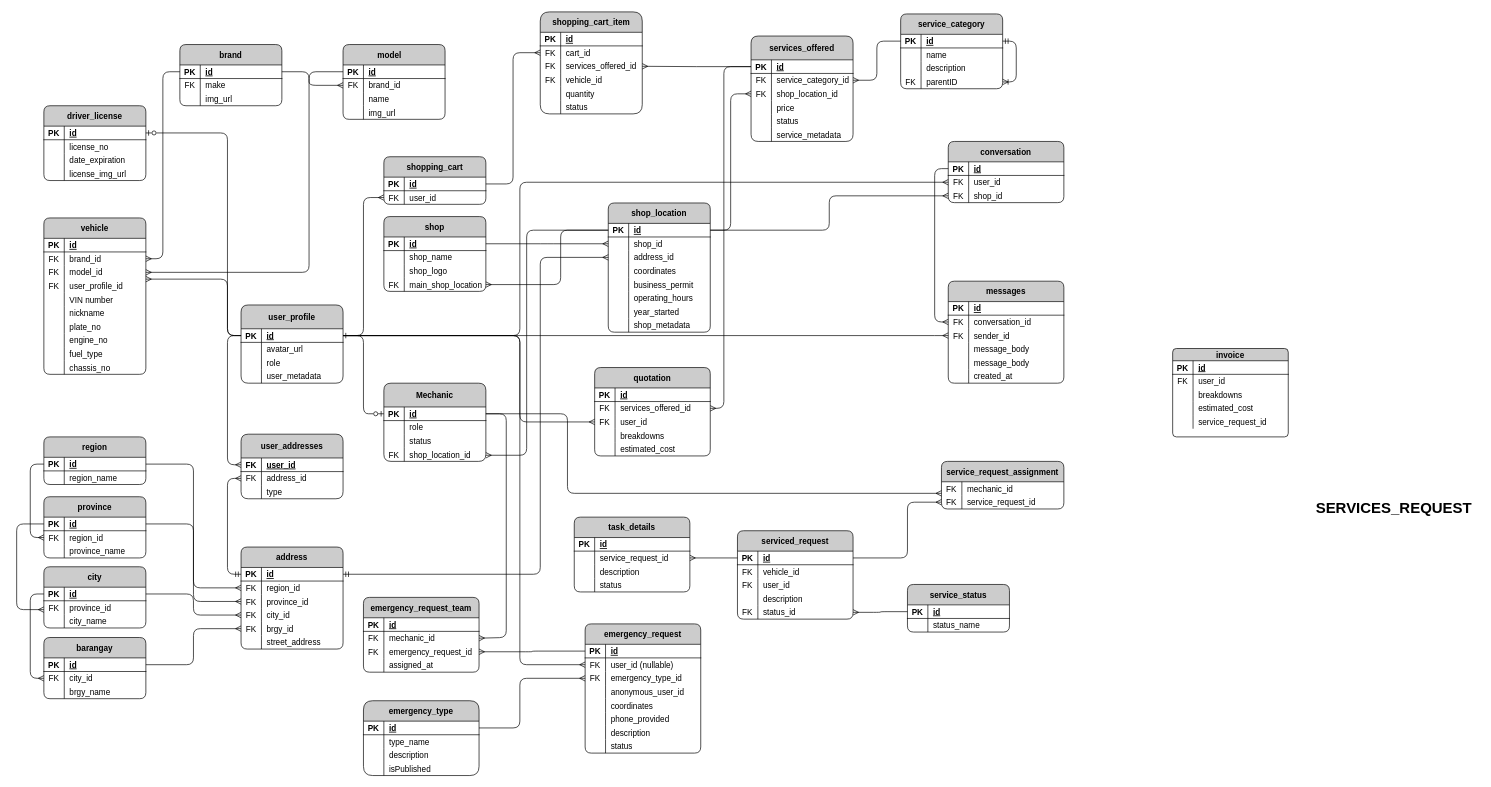
PitZza04/drawIO keeps this draw.io diagram as Automate ERD.drawio. Above is the earlier version. Source tidied: cells renumbered, new cells numbered last; positions are measured from the earlier drawing's top-left corner, leaving out a move shared by most shapes. Both pictures are drawn from the tidied source at 68%, with x=0, y=0 at pixel (16, 12).
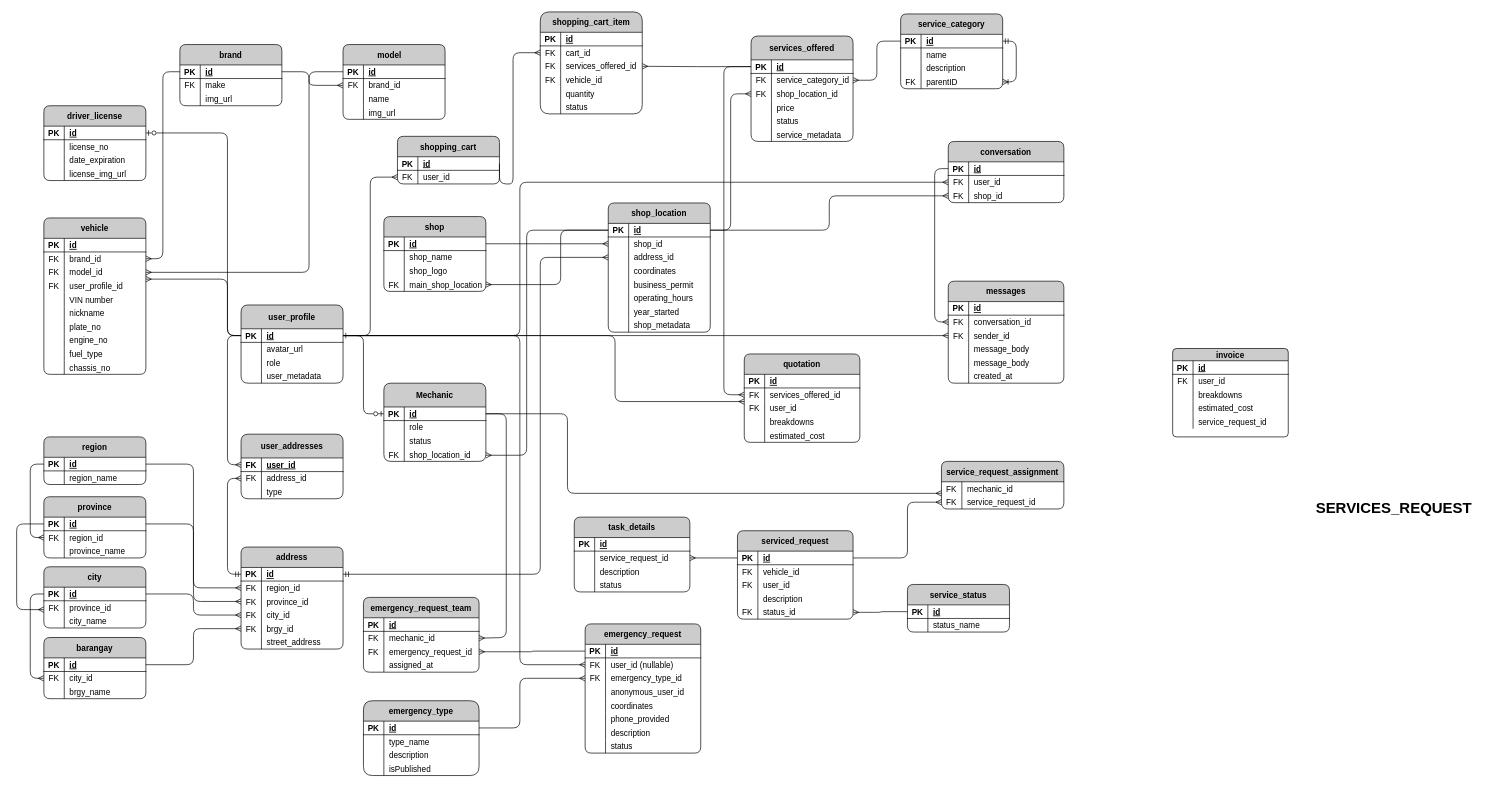
After the change.

Unchanged cells that the change refers to:
```xml
<mxCell id="17" style="shape=partialRectangle;fillColor=none;top=0;left=0;bottom=1;right=0;points=[[0,0.5],[1,0.5]];portConstraint=eastwest;shadow=0;" parent="16" vertex="1">
  <mxGeometry y="35" width="150" height="20" as="geometry" />
</mxCell>
<mxCell id="133" style="shape=partialRectangle;fillColor=none;top=0;left=0;bottom=1;right=0;points=[[0,0.5],[1,0.5]];portConstraint=eastwest;shadow=0;" parent="132" vertex="1">
  <mxGeometry y="35" width="150" height="20" as="geometry" />
</mxCell>
<mxCell id="353" style="shape=partialRectangle;fillColor=none;top=0;left=0;bottom=0;right=0;points=[[0,0.5],[1,0.5]];portConstraint=eastwest;shadow=0;" parent="349" vertex="1">
  <mxGeometry y="50" width="170" height="20" as="geometry" />
</mxCell>
<mxCell id="356" style="shape=partialRectangle;fillColor=none;top=0;left=0;bottom=0;right=0;points=[[0,0.5],[1,0.5]];portConstraint=eastwest;shadow=0;" parent="349" vertex="1">
  <mxGeometry y="70" width="170" height="20" as="geometry" />
</mxCell>
```

Diff of the diagram source:
```diff
@@
     <mxCell id="190" value="shopping_cart" style="shape=table;startSize=30;childLayout=tableLayout;rowLines=0;fontStyle=1;align=center;fillColor=#CCCCCC;strokeColor=#000000;rounded=1;perimeterSpacing=0;strokeWidth=1;arcSize=10;shadow=0;" parent="1" vertex="1">
-      <mxGeometry x="540" y="213" width="150" height="70" as="geometry" />
+      <mxGeometry x="560" y="183" width="150" height="70" as="geometry" />
     </mxCell>
@@
     <mxCell id="349" value="quotation" style="shape=table;startSize=30;childLayout=tableLayout;rowLines=0;fontStyle=1;align=center;fillColor=#CCCCCC;strokeColor=#000000;rounded=1;arcSize=10;shadow=0;" parent="1" vertex="1">
-      <mxGeometry x="850" y="523" width="170" height="130" as="geometry" />
+      <mxGeometry x="1070" y="503" width="170" height="130" as="geometry" />
     </mxCell>
@@
-    <mxCell id="411" style="edgeStyle=orthogonalEdgeStyle;rounded=1;jettySize=auto;html=1;exitX=0;exitY=0.5;exitDx=0;exitDy=0;entryX=1;entryY=0.5;entryDx=0;entryDy=0;endArrow=ERmany;endFill=0;" parent="1" edge="1" source="133" target="353">
+    <mxCell id="411" style="edgeStyle=orthogonalEdgeStyle;rounded=1;jettySize=auto;html=1;exitX=0;exitY=0.5;exitDx=0;exitDy=0;endArrow=ERmany;endFill=0;entryX=0;entryY=0.5;entryDx=0;entryDy=0;" parent="1" edge="1" source="133" target="353">
       <mxGeometry relative="1" as="geometry">
         <Array as="points">
           <mxPoint x="1040" y="81" />
-          <mxPoint x="1040" y="583" />
+          <mxPoint x="1040" y="563" />
         </Array>
       </mxGeometry>
     </mxCell>
-    <mxCell id="412" style="edgeStyle=orthogonalEdgeStyle;rounded=1;orthogonalLoop=1;jettySize=auto;html=1;exitX=1;exitY=0.5;exitDx=0;exitDy=0;endArrow=ERmany;endFill=0;" parent="1" edge="1">
-      <mxGeometry relative="1" as="geometry">
-        <mxPoint x="480" y="476" as="sourcePoint" />
-        <mxPoint x="850" y="603" as="targetPoint" />
-        <Array as="points">
-          <mxPoint x="740" y="476" />
-          <mxPoint x="740" y="603" />
-        </Array>
-      </mxGeometry>
-    </mxCell>
@@
+    <mxCell id="452" style="edgeStyle=orthogonalEdgeStyle;rounded=1;jettySize=auto;html=1;exitX=1;exitY=0.5;exitDx=0;exitDy=0;entryX=0;entryY=0;entryDx=0;entryDy=0;entryPerimeter=0;endArrow=ERmany;endFill=0;" parent="1" edge="1" source="17" target="356">
+      <mxGeometry relative="1" as="geometry">
+        <Array as="points">
+          <mxPoint x="880" y="476" />
+          <mxPoint x="880" y="573" />
+        </Array>
+      </mxGeometry>
+    </mxCell>
```
